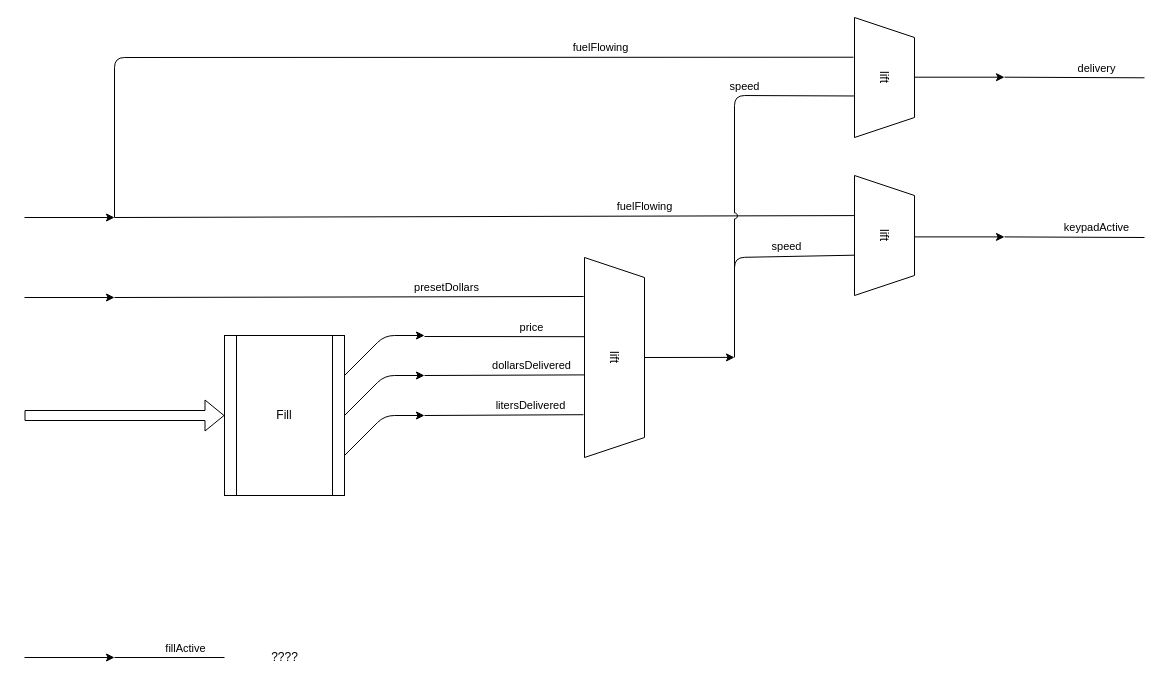
Above: Preset.drawio in suzuki-taro-29/FRP-chap4-diagrams (draw.io), before the change. Source tidied: cells renumbered, new cells numbered last; positions are measured from the earlier drawing's top-left corner, leaving out a move shared by most shapes. Both pictures are drawn from the tidied source at 100%, with x=0, y=0 at pixel (24, 47).
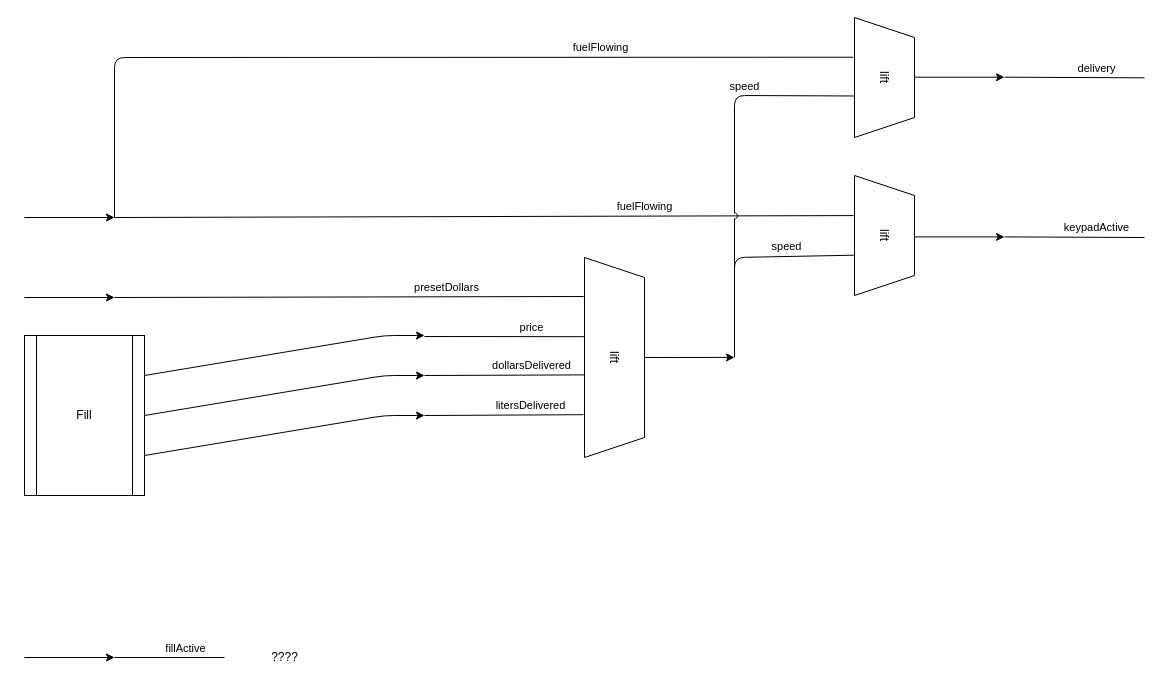
The same page after the edit.

Change to the diagram source:
```diff
@@
-    <mxCell id="12" style="shape=flexArrow;endArrow=classic;html=1;entryX=0;entryY=0.5;entryDx=0;entryDy=0;entryPerimeter=0;" parent="1" edge="1" target="13">
-      <mxGeometry relative="1" as="geometry">
-        <mxPoint y="368" as="sourcePoint" />
-      </mxGeometry>
-    </mxCell>
     <mxCell id="13" value="Fill" style="shape=process;whiteSpace=wrap;html=1;backgroundOutline=1;" parent="1" vertex="1">
-      <mxGeometry x="200" y="288" width="120" height="160" as="geometry" />
+      <mxGeometry y="288" width="120" height="160" as="geometry" />
     </mxCell>
@@
-    <mxCell id="20" style="jumpStyle=arc;html=1;elbow=vertical;exitX=1;exitY=0.25;exitDx=0;exitDy=0;" parent="1" edge="1">
+    <mxCell id="20" style="jumpStyle=arc;html=1;elbow=vertical;exitX=1;exitY=0.75;exitDx=0;exitDy=0;" parent="1" edge="1" source="13">
       <mxGeometry relative="1" as="geometry">
-        <mxPoint x="320" y="408" as="sourcePoint" />
         <mxPoint x="400" y="368" as="targetPoint" />
         <Array as="points">
           <mxPoint x="360" y="368" />
         </Array>
       </mxGeometry>
     </mxCell>
```
